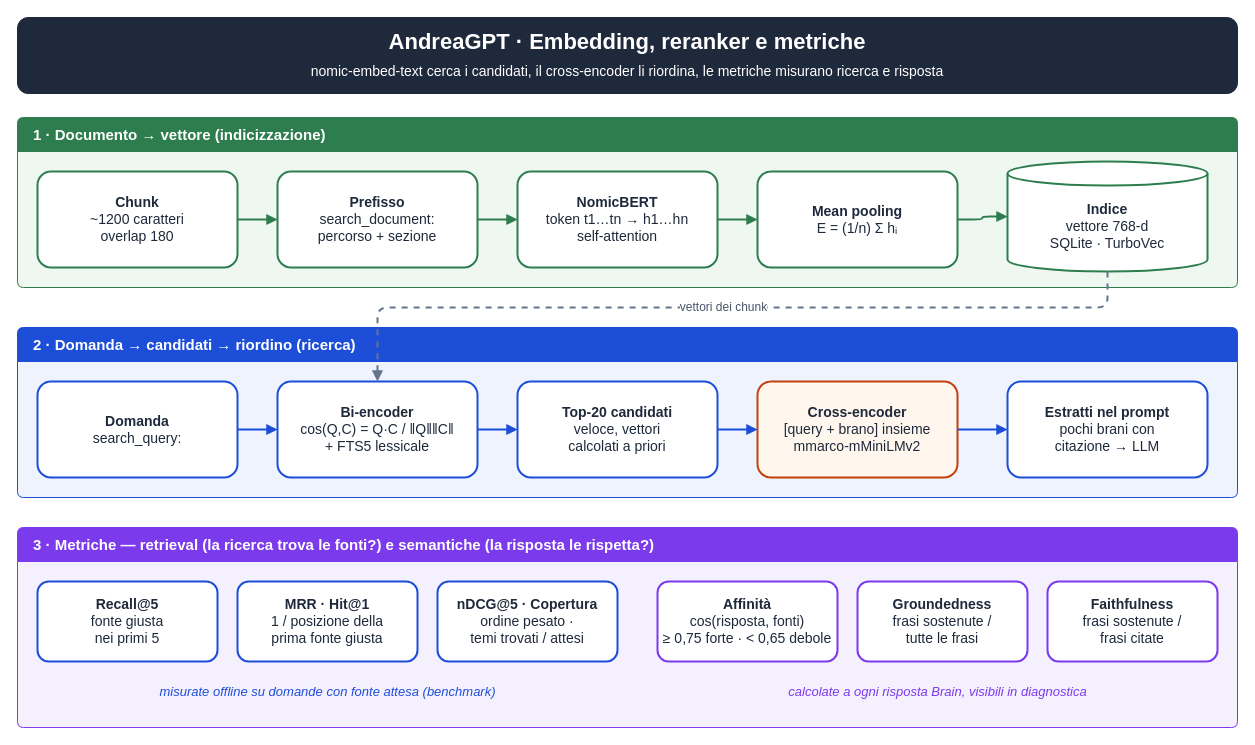
Before: DRAW/embedding-reranker.drawio in Langiott/AndreaGPT, a draw.io diagram. Source tidied: cells renumbered, new cells numbered last; positions are measured from the earlier drawing's top-left corner, leaving out a move shared by most shapes. Both pictures are drawn from the tidied source at 100%, with x=0, y=0 at pixel (17, 17).
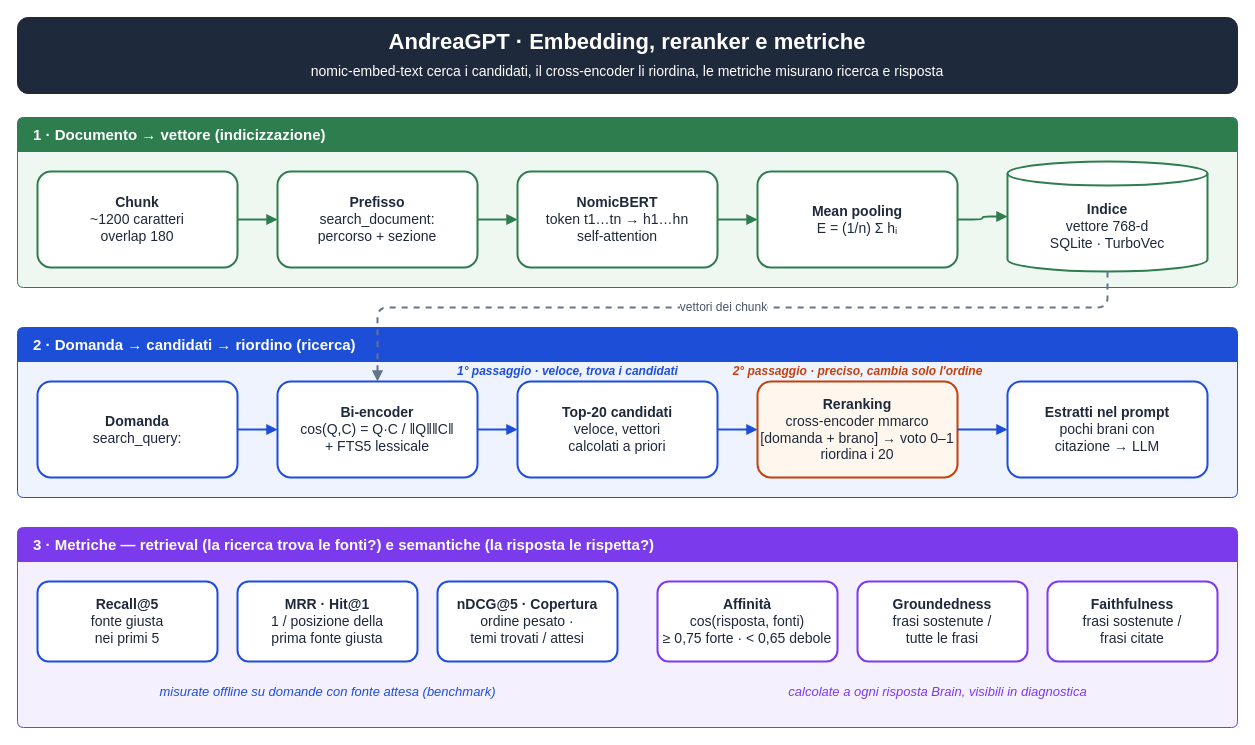
The same diagram, later.

Unchanged cells that the change refers to:
```xml
<mxCell id="13" value="2 · Domanda → candidati → riordino (ricerca)" style="swimlane;html=1;rounded=1;arcSize=6;startSize=34;fillColor=#1d4ed8;swimlaneFillColor=#eef3fd;strokeColor=#1d4ed8;fontColor=#ffffff;fontSize=15;fontStyle=1;align=left;spacingLeft=14;fontFamily=Helvetica;" parent="1" vertex="1">
  <mxGeometry y="310" width="1220" height="170" as="geometry" />
</mxCell>
```

The edit, as a diff of the source:
```diff
@@
-    <mxCell id="17" value="&lt;b&gt;Cross-encoder&lt;/b&gt;&lt;br&gt;[query + brano] insieme&lt;br&gt;mmarco-mMiniLMv2" style="rounded=1;arcSize=14;whiteSpace=wrap;html=1;fillColor=#fff7ed;strokeColor=#c2410c;strokeWidth=2;fontColor=#1e293b;fontSize=14;fontFamily=Helvetica;" parent="13" vertex="1">
+    <mxCell id="17" value="&lt;b&gt;Reranking&lt;/b&gt;&lt;br&gt;cross-encoder mmarco&lt;br&gt;[domanda + brano] → voto 0–1&lt;br&gt;riordina i 20" style="rounded=1;arcSize=14;whiteSpace=wrap;html=1;fillColor=#fff7ed;strokeColor=#c2410c;strokeWidth=2;fontColor=#1e293b;fontSize=14;fontFamily=Helvetica;" parent="13" vertex="1">
       <mxGeometry x="740" y="54" width="200" height="96" as="geometry" />
     </mxCell>
@@
+    <mxCell id="33" value="1° passaggio · veloce, trova i candidati" style="text;html=1;align=center;verticalAlign=middle;fontSize=12;fontStyle=3;fontColor=#1d4ed8;" parent="13" vertex="1">
+      <mxGeometry x="380" y="34" width="340" height="20" as="geometry" />
+    </mxCell>
+    <mxCell id="34" value="2° passaggio · preciso, cambia solo l'ordine" style="text;html=1;align=center;verticalAlign=middle;fontSize=12;fontStyle=3;fontColor=#c2410c;" parent="13" vertex="1">
+      <mxGeometry x="720" y="34" width="240" height="20" as="geometry" />
+    </mxCell>
```
